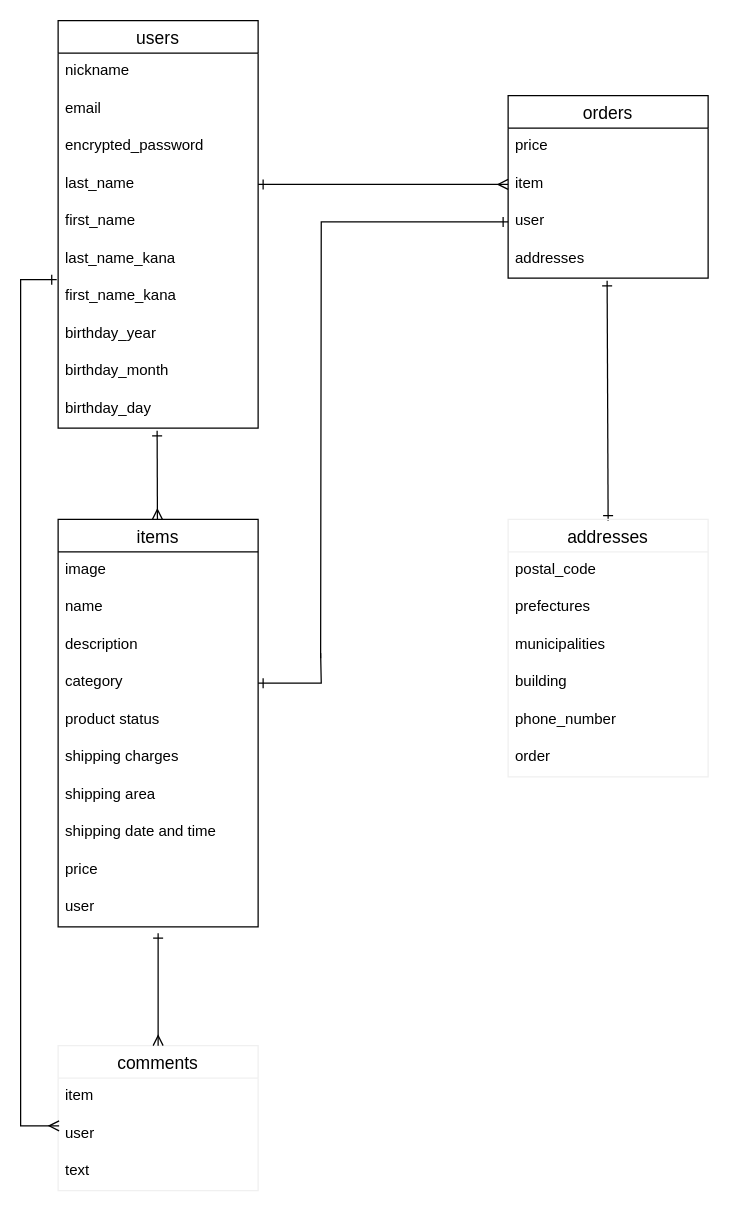
Above: er.dio in shotaoba/furima-35958 (draw.io), before the change. Source tidied: cells renumbered, new cells numbered last; positions are measured from the earlier drawing's top-left corner, leaving out a move shared by most shapes. Both pictures are drawn from the tidied source at 125%, with x=0, y=0 at pixel (20, 20).
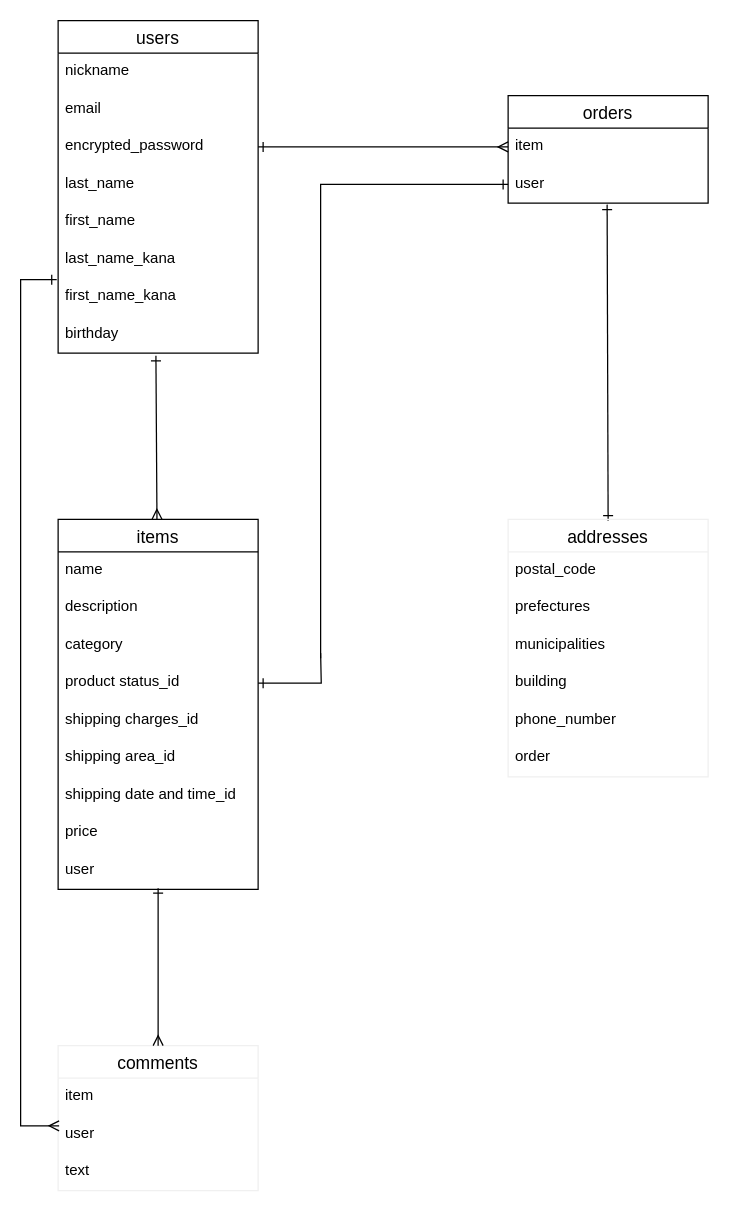
Above is the later version.

Unchanged cells that the change refers to:
```xml
<mxCell id="5" value="encrypted_password" style="text;strokeColor=none;fillColor=none;spacingLeft=4;spacingRight=4;overflow=hidden;points=[[0,0.5],[1,0.5]];portConstraint=eastwest;fontSize=12;" parent="2" vertex="1">
  <mxGeometry y="86" width="160" height="30" as="geometry" />
</mxCell>
<mxCell id="6" value="last_name" style="text;strokeColor=none;fillColor=none;spacingLeft=4;spacingRight=4;overflow=hidden;points=[[0,0.5],[1,0.5]];portConstraint=eastwest;fontSize=12;" parent="2" vertex="1">
  <mxGeometry y="116" width="160" height="30" as="geometry" />
</mxCell>
<mxCell id="31" value="comments" style="swimlane;fontStyle=0;horizontal=1;startSize=26;align=center;fontSize=14;strokeColor=#F0F0F0;fillColor=none;" parent="1" vertex="1">
  <mxGeometry x="30" y="820" width="160" height="116" as="geometry" />
</mxCell>
```

What changed in the source:
```diff
@@
     <mxCell id="2" value="users" style="swimlane;fontStyle=0;horizontal=1;startSize=26;align=center;fontSize=14;" parent="1" vertex="1">
-      <mxGeometry x="30" width="160" height="326" as="geometry" />
+      <mxGeometry x="30" width="160" height="266" as="geometry" />
     </mxCell>
@@
-    <mxCell id="10" value="birthday_year" style="text;strokeColor=none;fillColor=none;spacingLeft=4;spacingRight=4;overflow=hidden;points=[[0,0.5],[1,0.5]];portConstraint=eastwest;fontSize=12;" parent="2" vertex="1">
+    <mxCell id="10" value="birthday" style="text;strokeColor=none;fillColor=none;spacingLeft=4;spacingRight=4;overflow=hidden;points=[[0,0.5],[1,0.5]];portConstraint=eastwest;fontSize=12;" parent="2" vertex="1">
       <mxGeometry y="236" width="160" height="30" as="geometry" />
     </mxCell>
-    <mxCell id="11" value="birthday_month" style="text;strokeColor=none;fillColor=none;spacingLeft=4;spacingRight=4;overflow=hidden;fontSize=12;" parent="2" vertex="1">
-      <mxGeometry y="266" width="160" height="30" as="geometry" />
-    </mxCell>
-    <mxCell id="12" value="birthday_day" style="text;strokeColor=none;fillColor=none;spacingLeft=4;spacingRight=4;overflow=hidden;points=[[0,0.5],[1,0.5]];portConstraint=eastwest;fontSize=12;" parent="2" vertex="1">
-      <mxGeometry y="296" width="160" height="30" as="geometry" />
-    </mxCell>
     <mxCell id="13" value="items" style="swimlane;fontStyle=0;horizontal=1;startSize=26;align=center;fontSize=14;" parent="1" vertex="1">
-      <mxGeometry x="30" y="399" width="160" height="326" as="geometry" />
+      <mxGeometry x="30" y="399" width="160" height="296" as="geometry" />
     </mxCell>
-    <mxCell id="14" value="image" style="text;strokeColor=none;fillColor=none;spacingLeft=4;spacingRight=4;overflow=hidden;fontSize=12;" parent="13" vertex="1">
-      <mxGeometry y="26" width="160" height="30" as="geometry" />
-    </mxCell>
     <mxCell id="15" value="name" style="text;strokeColor=none;fillColor=none;spacingLeft=4;spacingRight=4;overflow=hidden;fontSize=12;" parent="13" vertex="1">
-      <mxGeometry y="56" width="160" height="30" as="geometry" />
+      <mxGeometry y="26" width="160" height="30" as="geometry" />
     </mxCell>
     <mxCell id="16" value="description" style="text;strokeColor=none;fillColor=none;spacingLeft=4;spacingRight=4;overflow=hidden;fontSize=12;" parent="13" vertex="1">
-      <mxGeometry y="86" width="160" height="30" as="geometry" />
+      <mxGeometry y="56" width="160" height="30" as="geometry" />
     </mxCell>
     <mxCell id="17" value="category" style="text;strokeColor=none;fillColor=none;spacingLeft=4;spacingRight=4;overflow=hidden;points=[[0,0.5],[1,0.5]];portConstraint=eastwest;fontSize=12;" parent="13" vertex="1">
-      <mxGeometry y="116" width="160" height="30" as="geometry" />
+      <mxGeometry y="86" width="160" height="30" as="geometry" />
     </mxCell>
-    <mxCell id="18" value="product status" style="text;strokeColor=none;fillColor=none;spacingLeft=4;spacingRight=4;overflow=hidden;points=[[0,0.5],[1,0.5]];portConstraint=eastwest;fontSize=12;" parent="13" vertex="1">
-      <mxGeometry y="146" width="160" height="30" as="geometry" />
+    <mxCell id="18" value="product status_id" style="text;strokeColor=none;fillColor=none;spacingLeft=4;spacingRight=4;overflow=hidden;points=[[0,0.5],[1,0.5]];portConstraint=eastwest;fontSize=12;" parent="13" vertex="1">
+      <mxGeometry y="116" width="160" height="30" as="geometry" />
     </mxCell>
-    <mxCell id="19" value="shipping charges" style="text;strokeColor=none;fillColor=none;spacingLeft=4;spacingRight=4;overflow=hidden;fontSize=12;" parent="13" vertex="1">
-      <mxGeometry y="176" width="160" height="30" as="geometry" />
+    <mxCell id="19" value="shipping charges_id" style="text;strokeColor=none;fillColor=none;spacingLeft=4;spacingRight=4;overflow=hidden;fontSize=12;" parent="13" vertex="1">
+      <mxGeometry y="146" width="160" height="30" as="geometry" />
     </mxCell>
-    <mxCell id="20" value="shipping area" style="text;strokeColor=none;fillColor=none;spacingLeft=4;spacingRight=4;overflow=hidden;fontSize=12;" parent="13" vertex="1">
-      <mxGeometry y="206" width="160" height="30" as="geometry" />
+    <mxCell id="20" value="shipping area_id" style="text;strokeColor=none;fillColor=none;spacingLeft=4;spacingRight=4;overflow=hidden;fontSize=12;" parent="13" vertex="1">
+      <mxGeometry y="176" width="160" height="30" as="geometry" />
     </mxCell>
-    <mxCell id="21" value="shipping date and time" style="text;strokeColor=none;fillColor=none;spacingLeft=4;spacingRight=4;overflow=hidden;fontSize=12;" parent="13" vertex="1">
-      <mxGeometry y="236" width="160" height="30" as="geometry" />
+    <mxCell id="21" value="shipping date and time_id" style="text;strokeColor=none;fillColor=none;spacingLeft=4;spacingRight=4;overflow=hidden;fontSize=12;" parent="13" vertex="1">
+      <mxGeometry y="206" width="160" height="30" as="geometry" />
     </mxCell>
     <mxCell id="22" value="price" style="text;strokeColor=none;fillColor=none;spacingLeft=4;spacingRight=4;overflow=hidden;fontSize=12;" parent="13" vertex="1">
-      <mxGeometry y="266" width="160" height="30" as="geometry" />
+      <mxGeometry y="236" width="160" height="30" as="geometry" />
     </mxCell>
     <mxCell id="23" value="user" style="text;strokeColor=none;fillColor=none;spacingLeft=4;spacingRight=4;overflow=hidden;fontSize=12;" parent="13" vertex="1">
-      <mxGeometry y="296" width="160" height="30" as="geometry" />
+      <mxGeometry y="266" width="160" height="30" as="geometry" />
     </mxCell>
     <mxCell id="24" value="orders" style="swimlane;fontStyle=0;horizontal=1;startSize=26;align=center;fontSize=14;" parent="1" vertex="1">
-      <mxGeometry x="390" y="60" width="160" height="146" as="geometry" />
+      <mxGeometry x="390" y="60" width="160" height="86" as="geometry" />
     </mxCell>
-    <mxCell id="25" value="price" style="text;strokeColor=none;fillColor=none;spacingLeft=4;spacingRight=4;overflow=hidden;fontSize=12;" parent="24" vertex="1">
-      <mxGeometry y="26" width="160" height="30" as="geometry" />
-    </mxCell>
     <mxCell id="26" value="item" style="text;strokeColor=none;fillColor=none;spacingLeft=4;spacingRight=4;overflow=hidden;points=[[0,0.5],[1,0.5]];portConstraint=eastwest;fontSize=12;" parent="24" vertex="1">
-      <mxGeometry y="56" width="160" height="30" as="geometry" />
+      <mxGeometry y="26" width="160" height="30" as="geometry" />
     </mxCell>
     <mxCell id="27" value="user" style="text;strokeColor=none;fillColor=none;spacingLeft=4;spacingRight=4;overflow=hidden;points=[[0,0.5],[1,0.5]];portConstraint=eastwest;fontSize=12;" parent="24" vertex="1">
-      <mxGeometry y="86" width="160" height="30" as="geometry" />
+      <mxGeometry y="56" width="160" height="30" as="geometry" />
     </mxCell>
-    <mxCell id="28" value="addresses" style="text;strokeColor=none;fillColor=none;spacingLeft=4;spacingRight=4;overflow=hidden;points=[[0,0.5],[1,0.5]];portConstraint=eastwest;fontSize=12;" parent="24" vertex="1">
-      <mxGeometry y="116" width="160" height="30" as="geometry" />
-    </mxCell>
-    <mxCell id="29" style="endArrow=ERmany;html=1;rounded=0;startArrow=ERone;startFill=0;endFill=0;entryX=0;entryY=0.5;entryDx=0;entryDy=0;exitX=1;exitY=0.5;exitDx=0;exitDy=0;" parent="1" edge="1" source="6">
-      <mxGeometry relative="1" as="geometry">
-        <mxPoint x="390" y="131" as="targetPoint" />
-      </mxGeometry>
+    <mxCell id="29" style="endArrow=ERmany;html=1;rounded=0;startArrow=ERone;startFill=0;endFill=0;entryX=0;entryY=0.5;entryDx=0;entryDy=0;exitX=1;exitY=0.5;exitDx=0;exitDy=0;" parent="1" edge="1" source="5" target="26">
+      <mxGeometry relative="1" as="geometry" />
     </mxCell>
-    <mxCell id="30" style="endArrow=ERone;html=1;rounded=0;startArrow=ERone;startFill=0;endFill=0;exitX=0.495;exitY=1.073;exitDx=0;exitDy=0;exitPerimeter=0;" parent="1" edge="1" source="28">
+    <mxCell id="30" style="endArrow=ERone;html=1;rounded=0;startArrow=ERone;startFill=0;endFill=0;exitX=0.495;exitY=1.04;exitDx=0;exitDy=0;exitPerimeter=0;" parent="1" edge="1" source="27">
       <mxGeometry relative="1" as="geometry">
         <mxPoint x="470" y="400" as="targetPoint" />
       </mxGeometry>
     </mxCell>
@@
-    <mxCell id="35" style="endArrow=ERmany;html=1;rounded=0;startArrow=ERone;startFill=0;endFill=0;exitX=0.495;exitY=1.073;exitDx=0;exitDy=0;exitPerimeter=0;" parent="1" edge="1" source="12" target="13">
+    <mxCell id="35" style="endArrow=ERmany;html=1;rounded=0;startArrow=ERone;startFill=0;endFill=0;exitX=0.489;exitY=1.073;exitDx=0;exitDy=0;exitPerimeter=0;" parent="1" edge="1" source="10" target="13">
       <mxGeometry relative="1" as="geometry" />
     </mxCell>
     <mxCell id="36" style="endArrow=ERmany;html=1;rounded=0;startArrow=ERone;startFill=0;endFill=0;entryX=0.5;entryY=0;entryDx=0;entryDy=0;" parent="1" edge="1" target="31">
       <mxGeometry relative="1" as="geometry">
-        <mxPoint x="110" y="730" as="sourcePoint" />
+        <mxPoint x="110" y="694" as="sourcePoint" />
       </mxGeometry>
     </mxCell>
@@
     <mxCell id="44" style="endArrow=ERone;html=1;rounded=0;edgeStyle=orthogonalEdgeStyle;entryX=0;entryY=0.5;entryDx=0;entryDy=0;startArrow=none;startFill=0;endFill=0;" parent="1" edge="1" target="27">
       <mxGeometry relative="1" as="geometry">
         <mxPoint x="240" y="510" as="sourcePoint" />
+        <Array as="points">
+          <mxPoint x="240" y="131" />
+        </Array>
       </mxGeometry>
     </mxCell>
-    <mxCell id="45" style="endArrow=none;html=1;rounded=0;edgeStyle=orthogonalEdgeStyle;entryX=0;entryY=0.8;entryDx=0;entryDy=0;entryPerimeter=0;exitX=1;exitY=0.5;exitDx=0;exitDy=0;startArrow=ERone;startFill=0;endFill=0;" parent="1" edge="1" source="17">
+    <mxCell id="45" style="endArrow=none;html=1;rounded=0;edgeStyle=orthogonalEdgeStyle;entryX=0;entryY=0.8;entryDx=0;entryDy=0;entryPerimeter=0;exitX=1;exitY=0.5;exitDx=0;exitDy=0;startArrow=ERone;startFill=0;endFill=0;" parent="1" edge="1" source="18">
       <mxGeometry relative="1" as="geometry">
         <mxPoint x="240" y="506" as="targetPoint" />
       </mxGeometry>
     </mxCell>
```
